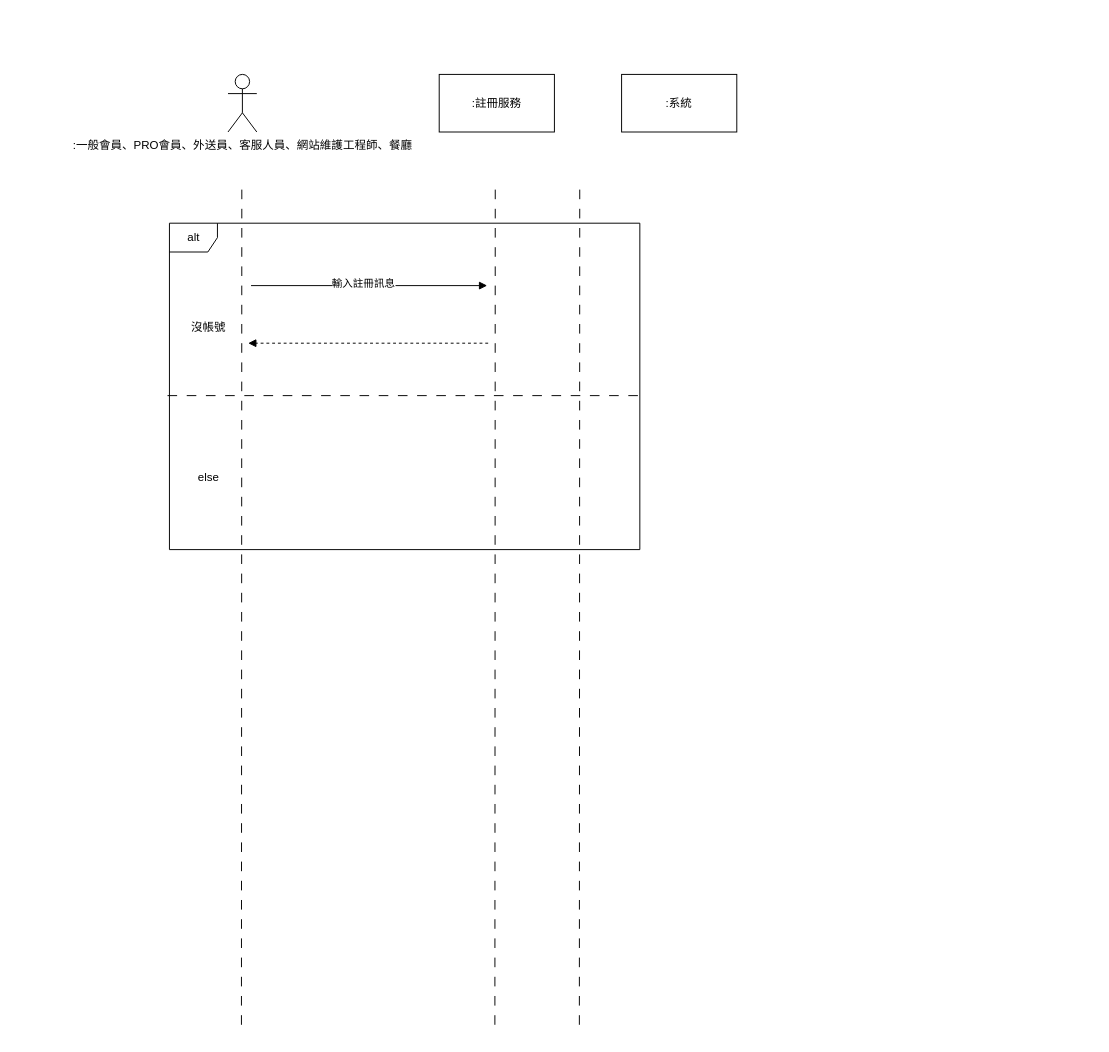
Earlier version of the draw.io diagram page "登入作業" (1 of 4) of Sequence_diagram.drawio (today16/last). Source tidied: cells renumbered, new cells numbered last; positions are measured from the earlier drawing's top-left corner, leaving out a move shared by most shapes. Both pictures are drawn from the tidied source at 96%, with x=0, y=0 at pixel (160, 74).
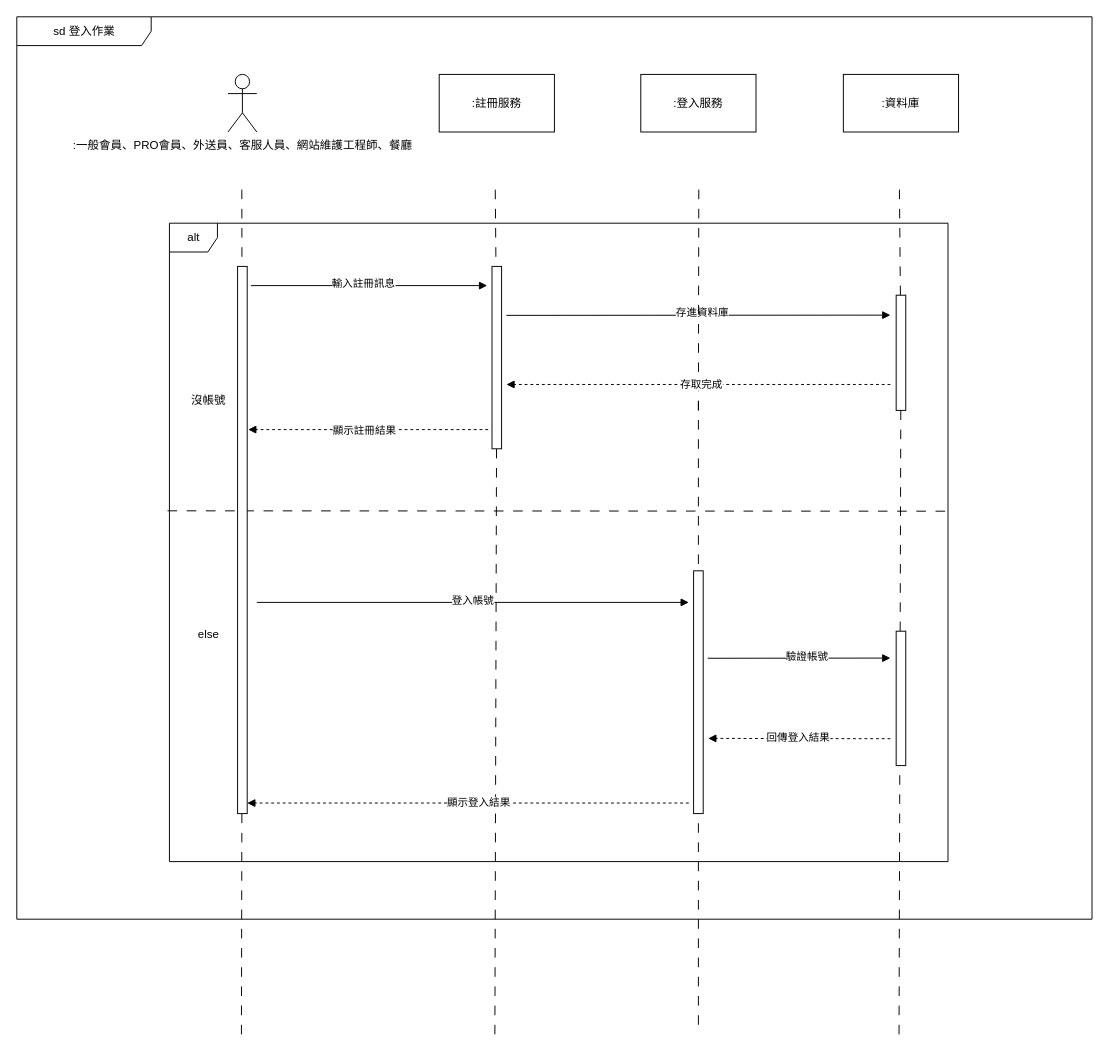
Above is the later version.

Diff of the diagram source:
```diff
@@
     <mxCell id="2" value="alt" style="shape=umlFrame;tabPosition=left;html=1;boundedLbl=1;labelInHeader=1;width=50;height=30;" parent="1" vertex="1">
-      <mxGeometry x="9" y="155" width="490" height="340" as="geometry" />
+      <mxGeometry x="9" y="155" width="811" height="665" as="geometry" />
     </mxCell>
-    <mxCell id="3" value="沒帳號" style="text;align=center;" parent="2" vertex="1">
-      <mxGeometry width="100" height="20" relative="1" as="geometry">
-        <mxPoint x="-9" y="95" as="offset" />
-      </mxGeometry>
-    </mxCell>
-    <mxCell id="4" value="else" style="text;align=center;" parent="2" vertex="1">
-      <mxGeometry x="-9" y="251.4" width="100" height="24.3" as="geometry" />
-    </mxCell>
-    <mxCell id="5" style="html=1;verticalAlign=bottom;labelBackgroundColor=none;endArrow=block;endFill=1;" parent="2" edge="1">
-      <mxGeometry relative="1" as="geometry">
-        <mxPoint x="85" y="65" as="sourcePoint" />
-        <mxPoint x="331" y="65" as="targetPoint" />
-      </mxGeometry>
-    </mxCell>
-    <mxCell id="6" value="輸入註冊訊息" style="edgeLabel;html=1;align=center;verticalAlign=middle;" parent="5" vertex="1">
-      <mxGeometry x="0.14" y="3" relative="1" as="geometry">
-        <mxPoint x="-24" as="offset" />
-      </mxGeometry>
-    </mxCell>
@@
-    <mxCell id="8" value=":系統" style="rounded=0;whiteSpace=wrap;html=1;" parent="1" vertex="1">
-      <mxGeometry x="480" width="120" height="60" as="geometry" />
+    <mxCell id="8" value=":資料庫" style="rounded=0;whiteSpace=wrap;html=1;" parent="1" vertex="1">
+      <mxGeometry x="711" width="120" height="60" as="geometry" />
     </mxCell>
-    <mxCell id="9" style="endArrow=none;startArrow=none;endFill=0;startFill=0;endSize=8;html=1;verticalAlign=bottom;dashed=1;labelBackgroundColor=none;dashPattern=10 10;" parent="1" edge="1">
+    <mxCell id="9" style="endArrow=none;startArrow=none;endFill=0;startFill=0;endSize=8;html=1;verticalAlign=bottom;dashed=1;labelBackgroundColor=none;dashPattern=10 10;" parent="1" edge="1" source="16">
       <mxGeometry x="0.38" y="70" relative="1" as="geometry">
-        <mxPoint x="84.4" y="120" as="sourcePoint" />
         <mxPoint x="84" y="1000" as="targetPoint" />
         <mxPoint x="-1" as="offset" />
       </mxGeometry>
     </mxCell>
-    <mxCell id="10" style="endArrow=none;startArrow=none;endFill=0;startFill=0;endSize=8;html=1;verticalAlign=bottom;dashed=1;labelBackgroundColor=none;dashPattern=10 10;" parent="1" edge="1">
+    <mxCell id="10" style="endArrow=none;startArrow=none;endFill=0;startFill=0;endSize=8;html=1;verticalAlign=bottom;dashed=1;labelBackgroundColor=none;dashPattern=10 10;" parent="1" edge="1" source="32">
       <mxGeometry x="0.38" y="70" relative="1" as="geometry">
-        <mxPoint x="436.4" y="120" as="sourcePoint" />
-        <mxPoint x="436" y="1000" as="targetPoint" />
+        <mxPoint x="769" y="1000" as="targetPoint" />
         <mxPoint x="-1" as="offset" />
       </mxGeometry>
     </mxCell>
-    <mxCell id="11" style="endArrow=none;startArrow=none;endFill=0;startFill=0;endSize=8;html=1;verticalAlign=bottom;dashed=1;labelBackgroundColor=none;dashPattern=10 10;exitX=-0.004;exitY=0.588;exitDx=0;exitDy=0;exitPerimeter=0;entryX=1.006;entryY=0.588;entryDx=0;entryDy=0;entryPerimeter=0;" parent="1" edge="1">
+    <mxCell id="11" style="endArrow=none;startArrow=none;endFill=0;startFill=0;endSize=8;html=1;verticalAlign=bottom;dashed=1;labelBackgroundColor=none;dashPattern=10 10;exitX=-0.004;exitY=0.588;exitDx=0;exitDy=0;exitPerimeter=0;" parent="1" edge="1">
       <mxGeometry x="0.38" y="70" relative="1" as="geometry">
-        <mxPoint x="7" y="334.6" as="sourcePoint" />
-        <mxPoint x="501.9" y="334.6" as="targetPoint" />
+        <mxPoint x="7" y="454.6" as="sourcePoint" />
+        <mxPoint x="820" y="455" as="targetPoint" />
         <mxPoint x="-1" as="offset" />
       </mxGeometry>
     </mxCell>
-    <mxCell id="12" style="endArrow=none;startArrow=none;endFill=0;startFill=0;endSize=8;html=1;verticalAlign=bottom;dashed=1;labelBackgroundColor=none;dashPattern=10 10;" parent="1" edge="1">
+    <mxCell id="12" style="endArrow=none;startArrow=none;endFill=0;startFill=0;endSize=8;html=1;verticalAlign=bottom;dashed=1;labelBackgroundColor=none;dashPattern=10 10;" parent="1" edge="1" source="18">
       <mxGeometry x="0.38" y="70" relative="1" as="geometry">
-        <mxPoint x="348.4" y="120" as="sourcePoint" />
         <mxPoint x="348" y="1000" as="targetPoint" />
         <mxPoint x="-1" as="offset" />
       </mxGeometry>
     </mxCell>
@@
     <mxCell id="14" style="html=1;verticalAlign=bottom;labelBackgroundColor=none;endArrow=block;endFill=1;dashed=1;" parent="1" edge="1">
       <mxGeometry relative="1" as="geometry">
-        <mxPoint x="341" y="280" as="sourcePoint" />
-        <mxPoint x="91" y="280" as="targetPoint" />
+        <mxPoint x="341" y="370" as="sourcePoint" />
+        <mxPoint x="91" y="370" as="targetPoint" />
       </mxGeometry>
     </mxCell>
+    <mxCell id="15" value="顯示註冊結果" style="edgeLabel;html=1;align=center;verticalAlign=middle;" parent="14" vertex="1">
+      <mxGeometry x="-0.09" y="-1" relative="1" as="geometry">
+        <mxPoint x="-16" y="1" as="offset" />
+      </mxGeometry>
+    </mxCell>
+    <mxCell id="16" style="rounded=0;whiteSpace=wrap;html=1;" parent="1" vertex="1">
+      <mxGeometry x="80" y="200" width="10" height="570" as="geometry" />
+    </mxCell>
+    <mxCell id="17" style="endArrow=none;startArrow=none;endFill=0;startFill=0;endSize=8;html=1;verticalAlign=bottom;dashed=1;labelBackgroundColor=none;dashPattern=10 10;" parent="1" edge="1" target="16">
+      <mxGeometry x="0.38" y="70" relative="1" as="geometry">
+        <mxPoint x="84.4" y="120" as="sourcePoint" />
+        <mxPoint x="-1" as="offset" />
+      </mxGeometry>
+    </mxCell>
+    <mxCell id="18" style="rounded=0;whiteSpace=wrap;html=1;" parent="1" vertex="1">
+      <mxGeometry x="345" y="200" width="10" height="190" as="geometry" />
+    </mxCell>
+    <mxCell id="19" style="endArrow=none;startArrow=none;endFill=0;startFill=0;endSize=8;html=1;verticalAlign=bottom;dashed=1;labelBackgroundColor=none;dashPattern=10 10;" parent="1" edge="1" target="18">
+      <mxGeometry x="0.38" y="70" relative="1" as="geometry">
+        <mxPoint x="348.4" y="120" as="sourcePoint" />
+        <mxPoint x="-1" as="offset" />
+      </mxGeometry>
+    </mxCell>
+    <mxCell id="3" value="沒帳號" style="text;align=center;" parent="1" vertex="1">
+      <mxGeometry x="9" y="231" width="100" height="20" as="geometry">
+        <mxPoint x="-9" y="95" as="offset" />
+      </mxGeometry>
+    </mxCell>
+    <mxCell id="4" value="else" style="text;align=center;" parent="1" vertex="1">
+      <mxGeometry y="570" width="100" height="24.3" as="geometry" />
+    </mxCell>
+    <mxCell id="5" style="html=1;verticalAlign=bottom;labelBackgroundColor=none;endArrow=block;endFill=1;" parent="1" edge="1">
+      <mxGeometry relative="1" as="geometry">
+        <mxPoint x="94" y="220" as="sourcePoint" />
+        <mxPoint x="340" y="220" as="targetPoint" />
+      </mxGeometry>
+    </mxCell>
+    <mxCell id="6" value="輸入註冊訊息" style="edgeLabel;html=1;align=center;verticalAlign=middle;" parent="5" vertex="1">
+      <mxGeometry x="0.14" y="3" relative="1" as="geometry">
+        <mxPoint x="-24" as="offset" />
+      </mxGeometry>
+    </mxCell>
+    <mxCell id="20" style="html=1;verticalAlign=bottom;labelBackgroundColor=none;endArrow=block;endFill=1;exitX=1.471;exitY=0.631;exitDx=0;exitDy=0;exitPerimeter=0;" parent="1" edge="1">
+      <mxGeometry relative="1" as="geometry">
+        <mxPoint x="569.7" y="608.2" as="sourcePoint" />
+        <mxPoint x="760" y="608" as="targetPoint" />
+      </mxGeometry>
+    </mxCell>
+    <mxCell id="21" value="驗證帳號" style="edgeLabel;html=1;align=center;verticalAlign=middle;" parent="20" vertex="1">
+      <mxGeometry x="0.14" y="3" relative="1" as="geometry">
+        <mxPoint x="-5" as="offset" />
+      </mxGeometry>
+    </mxCell>
+    <mxCell id="22" style="html=1;verticalAlign=bottom;labelBackgroundColor=none;endArrow=block;endFill=1;dashed=1;" parent="1" edge="1">
+      <mxGeometry relative="1" as="geometry">
+        <mxPoint x="550" y="759" as="sourcePoint" />
+        <mxPoint x="90" y="759" as="targetPoint" />
+      </mxGeometry>
+    </mxCell>
+    <mxCell id="23" value="顯示登入結果" style="edgeLabel;html=1;align=center;verticalAlign=middle;" parent="22" vertex="1">
+      <mxGeometry x="-0.09" y="-1" relative="1" as="geometry">
+        <mxPoint x="-11" as="offset" />
+      </mxGeometry>
+    </mxCell>
+    <mxCell id="24" value=":登入服務" style="rounded=0;whiteSpace=wrap;html=1;" parent="1" vertex="1">
+      <mxGeometry x="500" width="120" height="60" as="geometry" />
+    </mxCell>
+    <mxCell id="25" style="endArrow=none;startArrow=none;endFill=0;startFill=0;endSize=8;html=1;verticalAlign=bottom;dashed=1;labelBackgroundColor=none;dashPattern=10 10;" parent="1" edge="1">
+      <mxGeometry relative="1" as="geometry">
+        <mxPoint x="560" y="340" as="sourcePoint" />
+        <mxPoint x="560" y="1000" as="targetPoint" />
+      </mxGeometry>
+    </mxCell>
+    <mxCell id="26" style="html=1;verticalAlign=bottom;labelBackgroundColor=none;endArrow=block;endFill=1;entryX=0.926;entryY=0.144;entryDx=0;entryDy=0;entryPerimeter=0;" parent="1" edge="1" target="2">
+      <mxGeometry relative="1" as="geometry">
+        <mxPoint x="360" y="251" as="sourcePoint" />
+      </mxGeometry>
+    </mxCell>
+    <mxCell id="27" value="存進資料庫" style="edgeLabel;html=1;align=center;verticalAlign=middle;" parent="26" vertex="1">
+      <mxGeometry x="0.14" y="3" relative="1" as="geometry">
+        <mxPoint x="-24" as="offset" />
+      </mxGeometry>
+    </mxCell>
+    <mxCell id="28" style="endArrow=none;startArrow=none;endFill=0;startFill=0;endSize=8;html=1;verticalAlign=bottom;dashed=1;labelBackgroundColor=none;dashPattern=10 10;" parent="1" edge="1">
+      <mxGeometry relative="1" as="geometry">
+        <mxPoint x="560.4" y="120" as="sourcePoint" />
+        <mxPoint x="560" y="360" as="targetPoint" />
+      </mxGeometry>
+    </mxCell>
+    <mxCell id="29" style="html=1;verticalAlign=bottom;labelBackgroundColor=none;endArrow=block;endFill=1;dashed=1;" parent="1" edge="1">
+      <mxGeometry relative="1" as="geometry">
+        <mxPoint x="760" y="323" as="sourcePoint" />
+        <mxPoint x="360" y="323" as="targetPoint" />
+      </mxGeometry>
+    </mxCell>
+    <mxCell id="30" value="存取完成" style="edgeLabel;html=1;align=center;verticalAlign=middle;" parent="29" vertex="1">
+      <mxGeometry x="-0.09" y="-1" relative="1" as="geometry">
+        <mxPoint x="-16" as="offset" />
+      </mxGeometry>
+    </mxCell>
+    <mxCell id="31" style="rounded=0;whiteSpace=wrap;html=1;" parent="1" vertex="1">
+      <mxGeometry x="555" y="517.1" width="10" height="252.9" as="geometry" />
+    </mxCell>
+    <mxCell id="32" style="rounded=0;whiteSpace=wrap;html=1;" parent="1" vertex="1">
+      <mxGeometry x="766" y="230" width="10" height="120" as="geometry" />
+    </mxCell>
+    <mxCell id="33" style="endArrow=none;startArrow=none;endFill=0;startFill=0;endSize=8;html=1;verticalAlign=bottom;dashed=1;labelBackgroundColor=none;dashPattern=10 10;" parent="1" edge="1" target="32">
+      <mxGeometry x="0.38" y="70" relative="1" as="geometry">
+        <mxPoint x="769.4" y="120" as="sourcePoint" />
+        <mxPoint x="-1" as="offset" />
+      </mxGeometry>
+    </mxCell>
+    <mxCell id="34" style="html=1;verticalAlign=bottom;labelBackgroundColor=none;endArrow=block;endFill=1;" parent="1" edge="1">
+      <mxGeometry relative="1" as="geometry">
+        <mxPoint x="100" y="550" as="sourcePoint" />
+        <mxPoint x="550" y="550" as="targetPoint" />
+      </mxGeometry>
+    </mxCell>
+    <mxCell id="35" value="登入帳號" style="edgeLabel;html=1;align=center;verticalAlign=middle;" parent="34" vertex="1">
+      <mxGeometry x="0.14" y="3" relative="1" as="geometry">
+        <mxPoint x="-33" as="offset" />
+      </mxGeometry>
+    </mxCell>
+    <mxCell id="36" style="rounded=0;whiteSpace=wrap;html=1;" parent="1" vertex="1">
+      <mxGeometry x="766" y="580" width="10" height="140" as="geometry" />
+    </mxCell>
+    <mxCell id="37" style="html=1;verticalAlign=bottom;labelBackgroundColor=none;endArrow=block;endFill=1;dashed=1;entryX=0.692;entryY=0.807;entryDx=0;entryDy=0;entryPerimeter=0;" parent="1" edge="1" target="2">
+      <mxGeometry relative="1" as="geometry">
+        <mxPoint x="760" y="692" as="sourcePoint" />
+      </mxGeometry>
+    </mxCell>
+    <mxCell id="38" value="回傳登入結果" style="edgeLabel;html=1;align=center;verticalAlign=middle;" parent="37" vertex="1">
+      <mxGeometry x="-0.09" y="-1" relative="1" as="geometry">
+        <mxPoint x="-11" as="offset" />
+      </mxGeometry>
+    </mxCell>
+    <mxCell id="39" value="sd 登入作業" style="shape=umlFrame;tabWidth=110;tabHeight=30;tabPosition=left;html=1;boundedLbl=1;labelInHeader=1;width=140;height=30;" parent="1" vertex="1">
+      <mxGeometry x="-150" y="-60" width="1120" height="940" as="geometry" />
+    </mxCell>
```
